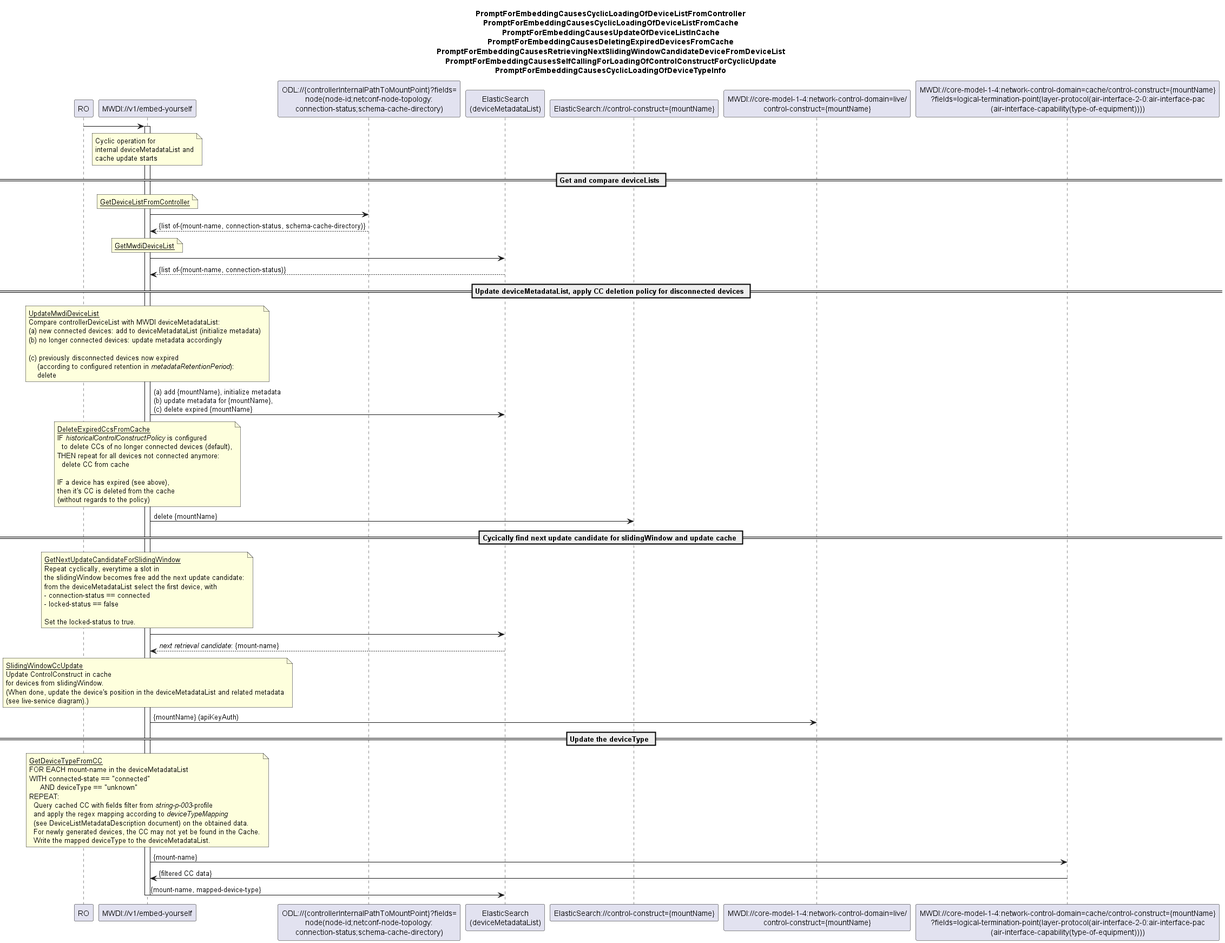
Above: spec/diagrams/00x_CyclicOperationBasedDeviceListSync.png in openBackhaul/MicroWaveDeviceInventory (PlantUML), before the change.
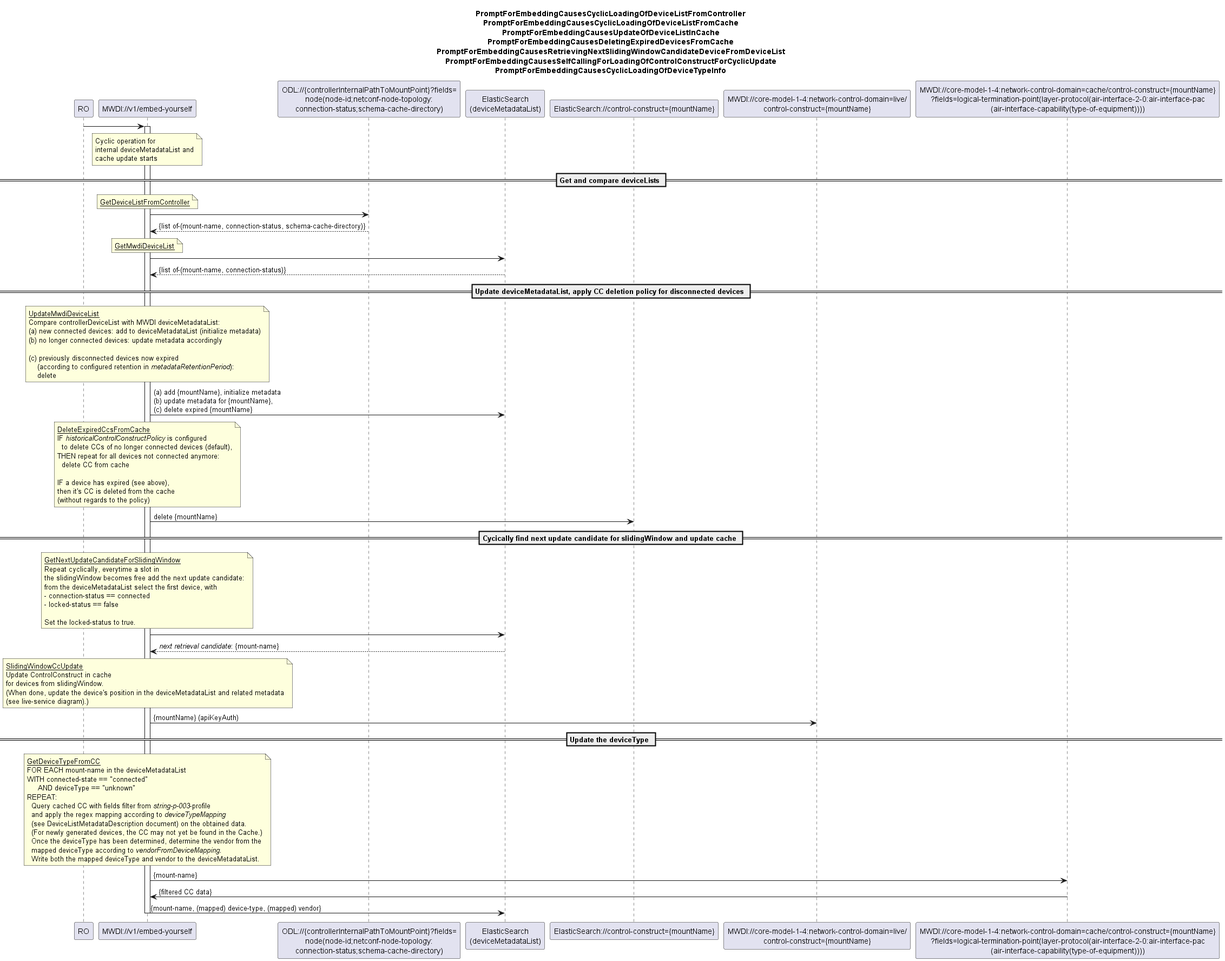
Above is the later version.

Change to the diagram source:
```diff
@@ -104,12 +104,14 @@
     Query cached CC with fields filter from <i>string-p-003</i>-profile
     and apply the regex mapping according to <i>deviceTypeMapping</i>
     (see DeviceListMetadataDescription document) on the obtained data.
-    For newly generated devices, the CC may not yet be found in the Cache.
-    Write the mapped deviceType to the deviceMetadataList.
+    (For newly generated devices, the CC may not yet be found in the Cache.)
+    Once the deviceType has been determined, determine the vendor from the
+    mapped deviceType according to <i>vendorFromDeviceMapping</i>.
+    Write both the mapped deviceType and vendor to the deviceMetadataList.
 end note
 mwdi -> mwdiDevType: {mount-name}
 mwdiDevType -> mwdi: {filtered CC data}
-mwdi -> deviceList: {mount-name, mapped-device-type}
+mwdi -> deviceList: {mount-name, (mapped) device-type, (mapped) vendor}
 
 deactivate mwdi
 
```
